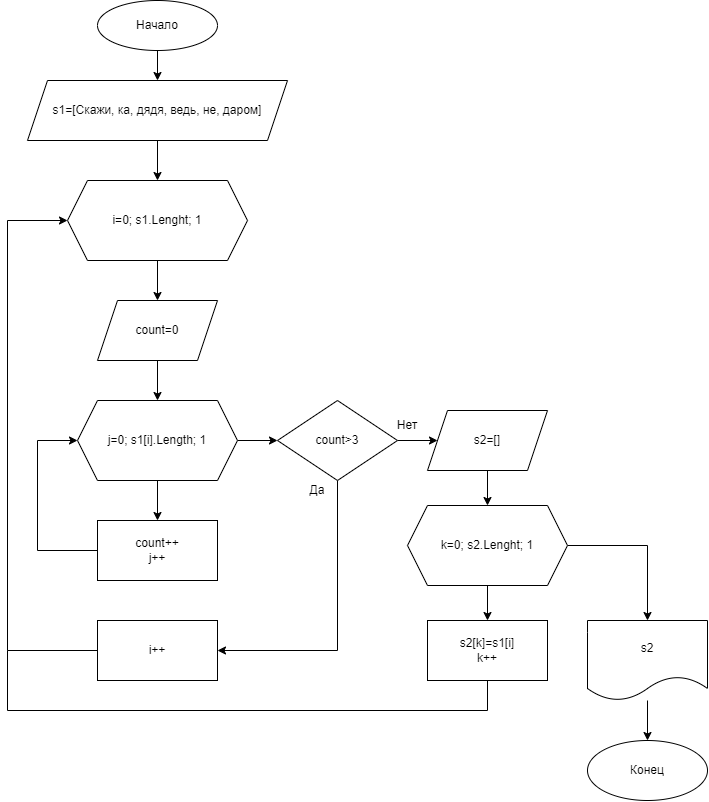
Above: Control_work.png in Dzhamshud/Control-work (draw.io), before the change. Source tidied: cells renumbered, new cells last; positions are measured from the earlier drawing's top-left corner, leaving out a move shared by most shapes.
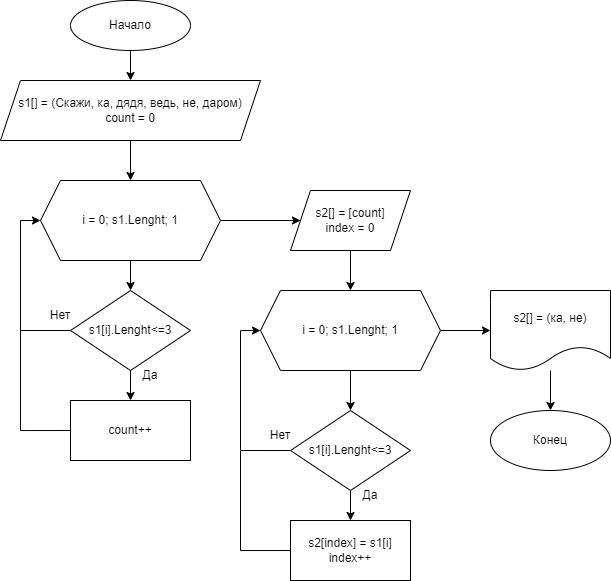
Above is the later version.

Change to the diagram source:
```diff
@@ -13,105 +13,87 @@
     <mxCell id="4" style="edgeStyle=orthogonalEdgeStyle;rounded=0;jettySize=auto;html=1;" parent="1" edge="1" source="5" target="7">
       <mxGeometry relative="1" as="geometry" />
     </mxCell>
-    <mxCell id="5" value="s1=[Скажи, ка, дядя, ведь, не, даром]" style="shape=parallelogram;perimeter=parallelogramPerimeter;whiteSpace=wrap;html=1;fixedSize=1;" parent="1" vertex="1">
+    <mxCell id="5" value="s1[] = (Скажи, ка, дядя, ведь, не, даром)&lt;br&gt;count = 0" style="shape=parallelogram;perimeter=parallelogramPerimeter;whiteSpace=wrap;html=1;fixedSize=1;" parent="1" vertex="1">
       <mxGeometry x="20" y="80" width="260" height="60" as="geometry" />
     </mxCell>
-    <mxCell id="6" style="edgeStyle=orthogonalEdgeStyle;rounded=0;jettySize=auto;html=1;" parent="1" edge="1" source="7" target="9">
-      <mxGeometry relative="1" as="geometry" />
-    </mxCell>
+    <mxCell id="32" style="edgeStyle=orthogonalEdgeStyle;rounded=0;jettySize=auto;html=1;exitX=0.5;exitY=1;exitDx=0;exitDy=0;entryX=0.5;entryY=0;entryDx=0;entryDy=0;" parent="1" edge="1" source="7" target="36">
+      <mxGeometry relative="1" as="geometry" />
+    </mxCell>
+    <mxCell id="33" style="edgeStyle=orthogonalEdgeStyle;rounded=0;jettySize=auto;html=1;exitX=1;exitY=0.5;exitDx=0;exitDy=0;entryX=0;entryY=0.5;entryDx=0;entryDy=0;endArrow=classic;endFill=1;" parent="1" edge="1" source="7" target="40">
+      <mxGeometry relative="1" as="geometry" />
+    </mxCell>
-    <mxCell id="7" value="i=0; s1.Lenght; 1" style="shape=hexagon;perimeter=hexagonPerimeter2;whiteSpace=wrap;html=1;fixedSize=1;" parent="1" vertex="1">
+    <mxCell id="7" value="i = 0; s1.Lenght; 1" style="shape=hexagon;perimeter=hexagonPerimeter2;whiteSpace=wrap;html=1;fixedSize=1;" parent="1" vertex="1">
       <mxGeometry x="60" y="180" width="180" height="80" as="geometry" />
     </mxCell>
-    <mxCell id="8" style="edgeStyle=orthogonalEdgeStyle;rounded=0;jettySize=auto;html=1;" parent="1" edge="1" source="9" target="12">
-      <mxGeometry relative="1" as="geometry" />
-    </mxCell>
-    <mxCell id="9" value="count=0" style="shape=parallelogram;perimeter=parallelogramPerimeter;whiteSpace=wrap;html=1;fixedSize=1;" parent="1" vertex="1">
-      <mxGeometry x="90" y="300" width="120" height="60" as="geometry" />
-    </mxCell>
-    <mxCell id="10" style="edgeStyle=orthogonalEdgeStyle;rounded=0;jettySize=auto;html=1;" parent="1" edge="1" source="12" target="14">
-      <mxGeometry relative="1" as="geometry" />
-    </mxCell>
-    <mxCell id="11" style="edgeStyle=orthogonalEdgeStyle;rounded=0;jettySize=auto;html=1;" parent="1" edge="1" source="12" target="17">
-      <mxGeometry relative="1" as="geometry" />
-    </mxCell>
-    <mxCell id="12" value="j=0; s1[i].Length; 1" style="shape=hexagon;perimeter=hexagonPerimeter2;whiteSpace=wrap;html=1;fixedSize=1;" parent="1" vertex="1">
-      <mxGeometry x="70" y="400" width="160" height="80" as="geometry" />
-    </mxCell>
-    <mxCell id="13" style="edgeStyle=orthogonalEdgeStyle;rounded=0;jettySize=auto;html=1;entryX=0;entryY=0.5;entryDx=0;entryDy=0;" parent="1" edge="1" source="14" target="12">
-      <mxGeometry relative="1" as="geometry">
-        <Array as="points">
-          <mxPoint x="30" y="550" />
-          <mxPoint x="30" y="440" />
-        </Array>
-      </mxGeometry>
-    </mxCell>
-    <mxCell id="14" value="count++&lt;br&gt;j++" style="whiteSpace=wrap;html=1;" parent="1" vertex="1">
-      <mxGeometry x="90" y="520" width="120" height="60" as="geometry" />
-    </mxCell>
-    <mxCell id="15" style="edgeStyle=orthogonalEdgeStyle;rounded=0;jettySize=auto;html=1;" parent="1" edge="1" source="17" target="19">
-      <mxGeometry relative="1" as="geometry" />
-    </mxCell>
-    <mxCell id="16" style="edgeStyle=orthogonalEdgeStyle;rounded=0;jettySize=auto;html=1;" parent="1" edge="1" source="17" target="24">
-      <mxGeometry relative="1" as="geometry">
-        <Array as="points">
-          <mxPoint x="330" y="650" />
-        </Array>
-      </mxGeometry>
-    </mxCell>
-    <mxCell id="17" value="count&amp;gt;3" style="rhombus;whiteSpace=wrap;html=1;" parent="1" vertex="1">
-      <mxGeometry x="270" y="400" width="120" height="80" as="geometry" />
-    </mxCell>
-    <mxCell id="18" style="edgeStyle=orthogonalEdgeStyle;rounded=0;jettySize=auto;html=1;" parent="1" edge="1" source="19" target="22">
-      <mxGeometry relative="1" as="geometry" />
-    </mxCell>
-    <mxCell id="19" value="s2=[]" style="shape=parallelogram;perimeter=parallelogramPerimeter;whiteSpace=wrap;html=1;fixedSize=1;" parent="1" vertex="1">
-      <mxGeometry x="420" y="410" width="120" height="60" as="geometry" />
-    </mxCell>
-    <mxCell id="20" style="edgeStyle=orthogonalEdgeStyle;rounded=0;jettySize=auto;html=1;" parent="1" edge="1" source="22" target="26">
-      <mxGeometry relative="1" as="geometry" />
-    </mxCell>
-    <mxCell id="21" style="edgeStyle=orthogonalEdgeStyle;rounded=0;jettySize=auto;html=1;" parent="1" edge="1" source="22" target="28">
-      <mxGeometry relative="1" as="geometry" />
-    </mxCell>
-    <mxCell id="22" value="k=0; s2.Lenght; 1" style="shape=hexagon;perimeter=hexagonPerimeter2;whiteSpace=wrap;html=1;fixedSize=1;" parent="1" vertex="1">
-      <mxGeometry x="400" y="505" width="160" height="80" as="geometry" />
-    </mxCell>
-    <mxCell id="23" style="edgeStyle=orthogonalEdgeStyle;rounded=0;jettySize=auto;html=1;entryX=0;entryY=0.5;entryDx=0;entryDy=0;" parent="1" edge="1" source="24" target="7">
-      <mxGeometry relative="1" as="geometry">
-        <Array as="points">
-          <mxPoint y="650" />
-          <mxPoint y="220" />
-        </Array>
-      </mxGeometry>
-    </mxCell>
-    <mxCell id="24" value="i++" style="whiteSpace=wrap;html=1;" parent="1" vertex="1">
-      <mxGeometry x="90" y="620" width="120" height="60" as="geometry" />
-    </mxCell>
-    <mxCell id="25" style="edgeStyle=orthogonalEdgeStyle;rounded=0;jettySize=auto;html=1;endArrow=none;endFill=0;" parent="1" edge="1" source="26">
-      <mxGeometry relative="1" as="geometry">
-        <mxPoint y="650" as="targetPoint" />
-        <Array as="points">
-          <mxPoint x="480" y="710" />
-        </Array>
-      </mxGeometry>
-    </mxCell>
-    <mxCell id="26" value="s2[k]=s1[i]&lt;br&gt;k++" style="whiteSpace=wrap;html=1;" parent="1" vertex="1">
-      <mxGeometry x="420" y="620" width="120" height="60" as="geometry" />
-    </mxCell>
     <mxCell id="27" style="edgeStyle=orthogonalEdgeStyle;rounded=0;jettySize=auto;html=1;" parent="1" edge="1" source="28" target="29">
       <mxGeometry relative="1" as="geometry" />
     </mxCell>
-    <mxCell id="28" value="s2" style="shape=document;whiteSpace=wrap;html=1;boundedLbl=1;" parent="1" vertex="1">
-      <mxGeometry x="580" y="620" width="120" height="80" as="geometry" />
+    <mxCell id="28" value="s2[] = (ка, не)" style="shape=document;whiteSpace=wrap;html=1;boundedLbl=1;" parent="1" vertex="1">
+      <mxGeometry x="510" y="290" width="120" height="80" as="geometry" />
     </mxCell>
     <mxCell id="29" value="Конец" style="ellipse;whiteSpace=wrap;html=1;" parent="1" vertex="1">
-      <mxGeometry x="580" y="740" width="120" height="60" as="geometry" />
+      <mxGeometry x="510" y="410" width="120" height="60" as="geometry" />
     </mxCell>
-    <mxCell id="30" value="Нет" style="text;html=1;strokeColor=none;fillColor=none;align=center;verticalAlign=middle;whiteSpace=wrap;rounded=0;" parent="1" vertex="1">
-      <mxGeometry x="370" y="410" width="60" height="30" as="geometry" />
-    </mxCell>
-    <mxCell id="31" value="Да" style="text;html=1;strokeColor=none;fillColor=none;align=center;verticalAlign=middle;whiteSpace=wrap;rounded=0;" parent="1" vertex="1">
-      <mxGeometry x="280" y="475" width="60" height="30" as="geometry" />
-    </mxCell>
+    <mxCell id="34" style="edgeStyle=orthogonalEdgeStyle;rounded=0;jettySize=auto;html=1;" parent="1" edge="1" source="36" target="38">
+      <mxGeometry relative="1" as="geometry" />
+    </mxCell>
+    <mxCell id="35" style="edgeStyle=orthogonalEdgeStyle;rounded=0;jettySize=auto;html=1;exitX=0;exitY=0.5;exitDx=0;exitDy=0;endArrow=none;endFill=0;" parent="1" edge="1" source="36">
+      <mxGeometry relative="1" as="geometry">
+        <mxPoint x="40" y="330" as="targetPoint" />
+      </mxGeometry>
+    </mxCell>
+    <mxCell id="36" value="s1[i].Lenght&amp;lt;=3" style="rhombus;whiteSpace=wrap;html=1;" parent="1" vertex="1">
+      <mxGeometry x="90" y="290" width="120" height="80" as="geometry" />
+    </mxCell>
+    <mxCell id="37" style="edgeStyle=orthogonalEdgeStyle;rounded=0;jettySize=auto;html=1;exitX=0;exitY=0.5;exitDx=0;exitDy=0;entryX=0;entryY=0.5;entryDx=0;entryDy=0;" parent="1" edge="1" source="38" target="7">
+      <mxGeometry relative="1" as="geometry" />
+    </mxCell>
+    <mxCell id="38" value="count++" style="whiteSpace=wrap;html=1;" parent="1" vertex="1">
+      <mxGeometry x="90" y="400" width="120" height="60" as="geometry" />
+    </mxCell>
+    <mxCell id="39" style="edgeStyle=orthogonalEdgeStyle;rounded=0;jettySize=auto;html=1;exitX=0.5;exitY=1;exitDx=0;exitDy=0;entryX=0.5;entryY=0;entryDx=0;entryDy=0;" parent="1" edge="1" source="40" target="43">
+      <mxGeometry relative="1" as="geometry" />
+    </mxCell>
+    <mxCell id="40" value="s2[] = [count]&lt;br&gt;index = 0" style="shape=parallelogram;perimeter=parallelogramPerimeter;whiteSpace=wrap;html=1;fixedSize=1;" parent="1" vertex="1">
+      <mxGeometry x="310" y="190" width="120" height="60" as="geometry" />
+    </mxCell>
+    <mxCell id="41" style="edgeStyle=orthogonalEdgeStyle;rounded=0;jettySize=auto;html=1;exitX=0.5;exitY=1;exitDx=0;exitDy=0;entryX=0.5;entryY=0;entryDx=0;entryDy=0;endArrow=classic;endFill=1;" parent="1" edge="1" source="43" target="48">
+      <mxGeometry relative="1" as="geometry" />
+    </mxCell>
+    <mxCell id="42" style="edgeStyle=orthogonalEdgeStyle;rounded=0;jettySize=auto;html=1;exitX=1;exitY=0.5;exitDx=0;exitDy=0;entryX=0;entryY=0.5;entryDx=0;entryDy=0;endArrow=classic;endFill=1;" parent="1" edge="1" source="43" target="28">
+      <mxGeometry relative="1" as="geometry" />
+    </mxCell>
+    <mxCell id="43" value="i = 0; s1.Lenght; 1" style="shape=hexagon;perimeter=hexagonPerimeter2;whiteSpace=wrap;html=1;fixedSize=1;" parent="1" vertex="1">
+      <mxGeometry x="280" y="290" width="180" height="80" as="geometry" />
+    </mxCell>
+    <mxCell id="44" value="Да" style="text;html=1;strokeColor=none;fillColor=none;align=center;verticalAlign=middle;whiteSpace=wrap;rounded=0;" parent="1" vertex="1">
+      <mxGeometry x="140" y="360" width="60" height="30" as="geometry" />
+    </mxCell>
+    <mxCell id="45" value="Нет" style="text;html=1;strokeColor=none;fillColor=none;align=center;verticalAlign=middle;whiteSpace=wrap;rounded=0;" parent="1" vertex="1">
+      <mxGeometry x="50" y="300" width="60" height="30" as="geometry" />
+    </mxCell>
+    <mxCell id="46" style="edgeStyle=orthogonalEdgeStyle;rounded=0;jettySize=auto;html=1;" parent="1" edge="1" source="48" target="50">
+      <mxGeometry relative="1" as="geometry" />
+    </mxCell>
+    <mxCell id="47" style="edgeStyle=orthogonalEdgeStyle;rounded=0;jettySize=auto;html=1;exitX=0;exitY=0.5;exitDx=0;exitDy=0;entryX=0;entryY=0.5;entryDx=0;entryDy=0;endArrow=classic;endFill=1;" parent="1" edge="1" source="48" target="43">
+      <mxGeometry relative="1" as="geometry" />
+    </mxCell>
+    <mxCell id="48" value="s1[i].Lenght&amp;lt;=3" style="rhombus;whiteSpace=wrap;html=1;" parent="1" vertex="1">
+      <mxGeometry x="310" y="410" width="120" height="80" as="geometry" />
+    </mxCell>
+    <mxCell id="49" style="edgeStyle=orthogonalEdgeStyle;rounded=0;jettySize=auto;html=1;exitX=0;exitY=0.5;exitDx=0;exitDy=0;endArrow=none;endFill=0;" parent="1" edge="1" source="50">
+      <mxGeometry relative="1" as="geometry">
+        <mxPoint x="260" y="450" as="targetPoint" />
+      </mxGeometry>
+    </mxCell>
+    <mxCell id="50" value="s2[index] = s1[i]&lt;br&gt;index++" style="whiteSpace=wrap;html=1;" parent="1" vertex="1">
+      <mxGeometry x="310" y="520" width="120" height="60" as="geometry" />
+    </mxCell>
+    <mxCell id="51" value="Да" style="text;html=1;strokeColor=none;fillColor=none;align=center;verticalAlign=middle;whiteSpace=wrap;rounded=0;" parent="1" vertex="1">
+      <mxGeometry x="360" y="480" width="60" height="30" as="geometry" />
+    </mxCell>
+    <mxCell id="52" value="Нет" style="text;html=1;strokeColor=none;fillColor=none;align=center;verticalAlign=middle;whiteSpace=wrap;rounded=0;" parent="1" vertex="1">
+      <mxGeometry x="270" y="420" width="60" height="30" as="geometry" />
+    </mxCell>
   </root>
 </mxGraphModel>
```
